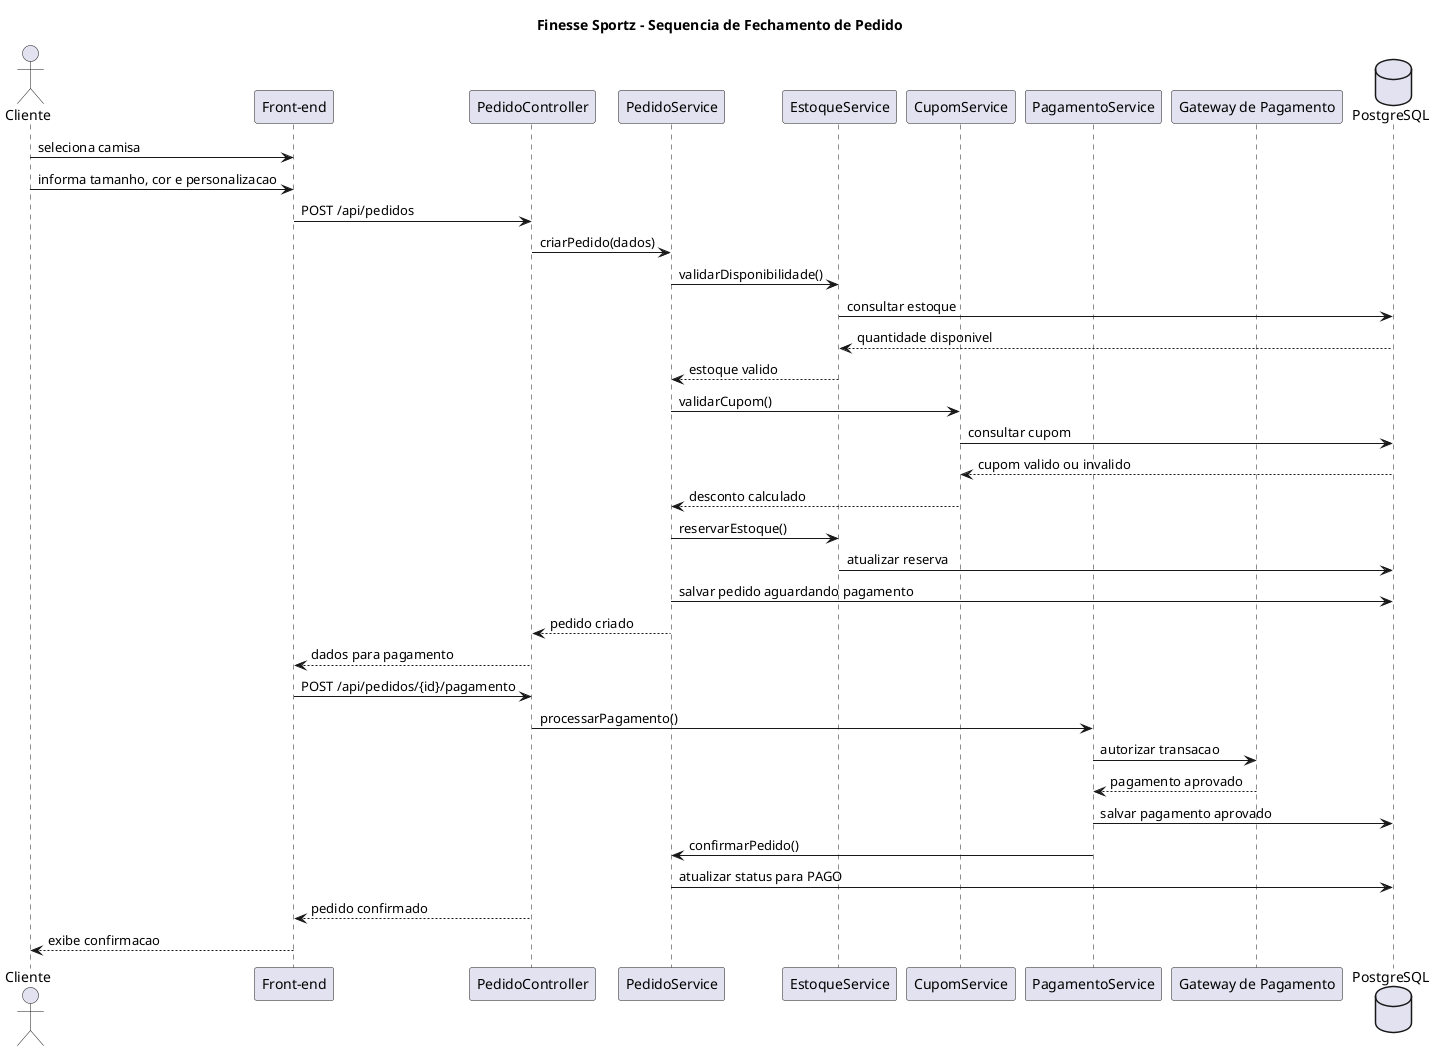
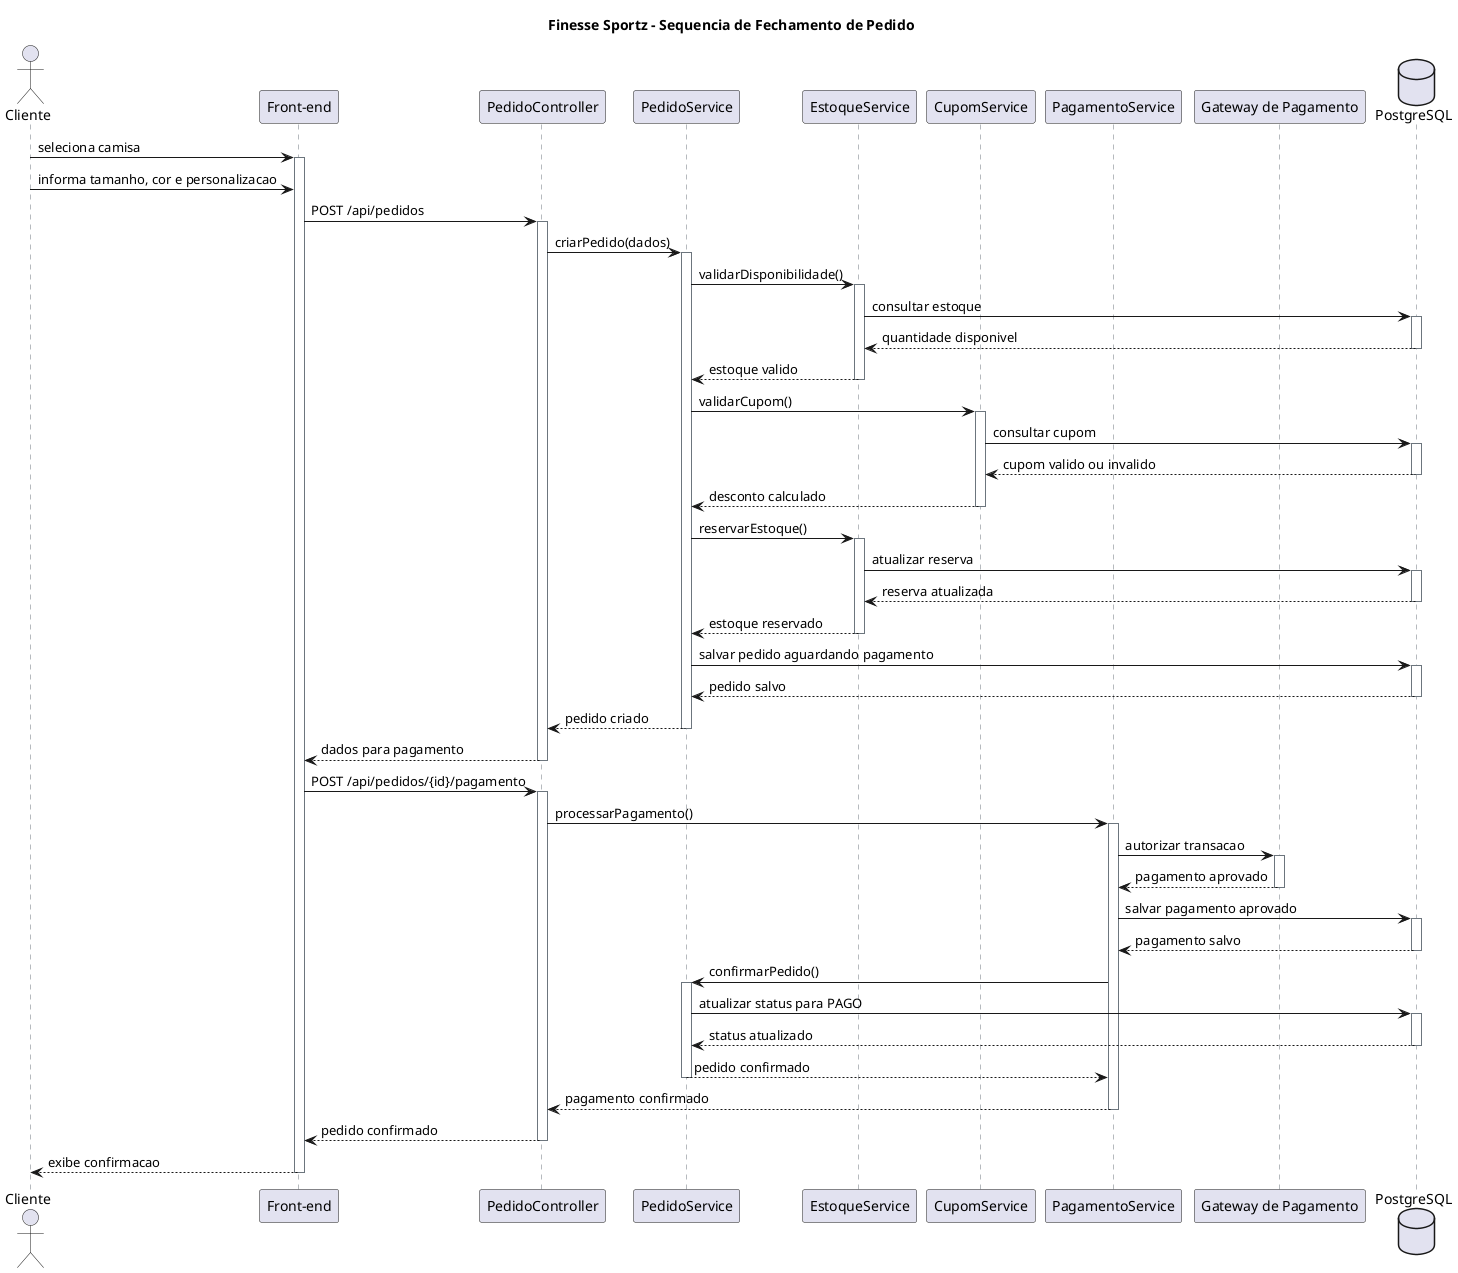
@startuml
title Finesse Sportz - Sequencia de Fechamento de Pedido

skinparam shadowing false
+ skinparam sequence {
+   ActivationBackgroundColor white
+   ActivationBorderColor #343A40
+   LifeLineBorderColor #6C757D
+   LifeLineBackgroundColor white
+ }

actor Cliente
participant "Front-end" as Front
participant "PedidoController" as PedidoController
participant "PedidoService" as PedidoService
participant "EstoqueService" as EstoqueService
participant "CupomService" as CupomService
participant "PagamentoService" as PagamentoService
participant "Gateway de Pagamento" as Gateway
database "PostgreSQL" as DB

Cliente -> Front : seleciona camisa
+ activate Front #white
Cliente -> Front : informa tamanho, cor e personalizacao
Front -> PedidoController : POST /api/pedidos
+ activate PedidoController #white
PedidoController -> PedidoService : criarPedido(dados)
+ activate PedidoService #white
PedidoService -> EstoqueService : validarDisponibilidade()
+ activate EstoqueService #white
EstoqueService -> DB : consultar estoque
+ activate DB #white
DB --> EstoqueService : quantidade disponivel
+ deactivate DB
EstoqueService --> PedidoService : estoque valido
+ deactivate EstoqueService

PedidoService -> CupomService : validarCupom()
+ activate CupomService #white
CupomService -> DB : consultar cupom
+ activate DB #white
DB --> CupomService : cupom valido ou invalido
+ deactivate DB
CupomService --> PedidoService : desconto calculado
+ deactivate CupomService

PedidoService -> EstoqueService : reservarEstoque()
+ activate EstoqueService #white
EstoqueService -> DB : atualizar reserva
+ activate DB #white
+ DB --> EstoqueService : reserva atualizada
+ deactivate DB
+ EstoqueService --> PedidoService : estoque reservado
+ deactivate EstoqueService
PedidoService -> DB : salvar pedido aguardando pagamento
+ activate DB #white
+ DB --> PedidoService : pedido salvo
+ deactivate DB
PedidoService --> PedidoController : pedido criado
+ deactivate PedidoService
PedidoController --> Front : dados para pagamento
+ deactivate PedidoController

Front -> PedidoController : POST /api/pedidos/{id}/pagamento
+ activate PedidoController #white
PedidoController -> PagamentoService : processarPagamento()
+ activate PagamentoService #white
PagamentoService -> Gateway : autorizar transacao
+ activate Gateway #white
Gateway --> PagamentoService : pagamento aprovado
+ deactivate Gateway
PagamentoService -> DB : salvar pagamento aprovado
+ activate DB #white
+ DB --> PagamentoService : pagamento salvo
+ deactivate DB
PagamentoService -> PedidoService : confirmarPedido()
+ activate PedidoService #white
PedidoService -> DB : atualizar status para PAGO
+ activate DB #white
+ DB --> PedidoService : status atualizado
+ deactivate DB
+ PedidoService --> PagamentoService : pedido confirmado
+ deactivate PedidoService
+ PagamentoService --> PedidoController : pagamento confirmado
+ deactivate PagamentoService
PedidoController --> Front : pedido confirmado
+ deactivate PedidoController
Front --> Cliente : exibe confirmacao
+ deactivate Front

@enduml
+ 
